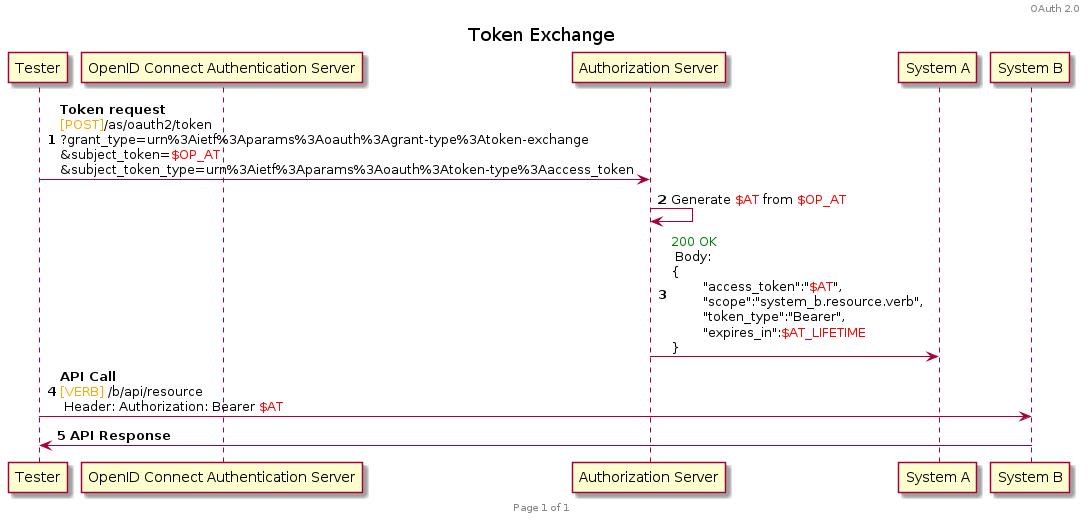
Before: plantuml/oauth2/token_exchange_system_impersonation.png, a diagram exported from PlantUML (HenriLefevrePro/Articles).
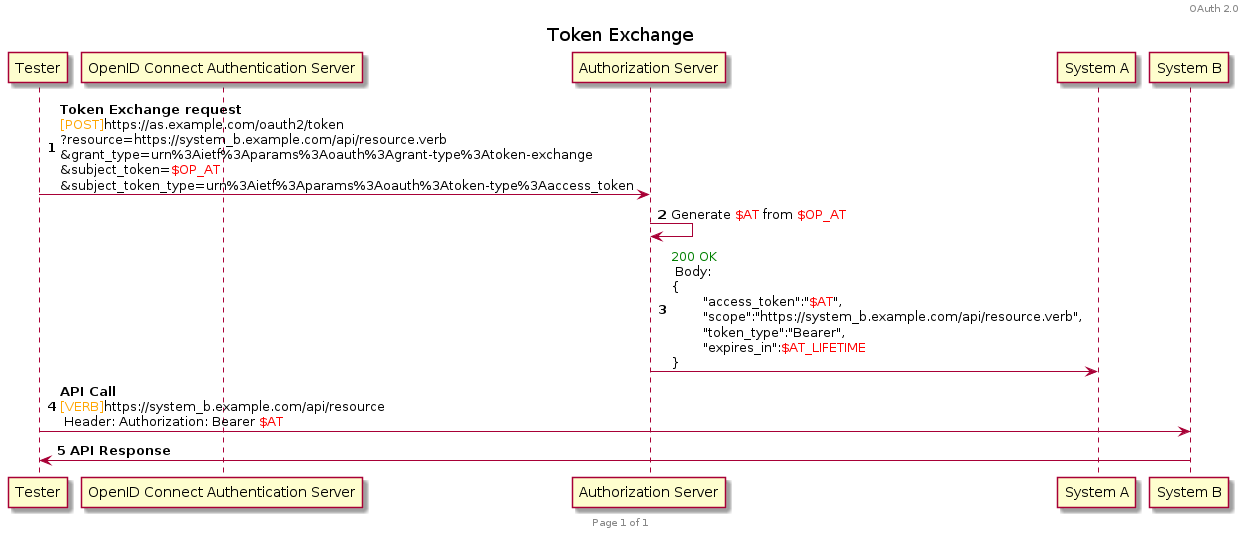
The same file after the commit.

Commit message:
[GitHub Actions] Generate PNG images for PlantUML diagrams

Change to the diagram source:
```diff
@@ -12,10 +12,10 @@
 participant A as "System A"
 participant B as "System B"
 
-T -> Auth : **Token request**\n<font color=orange>[POST]</font>/as/oauth2/token\n?grant_type=urn%3Aietf%3Aparams%3Aoauth%3Agrant-type%3Atoken-exchange\n&subject_token=<font color=red>$OP_AT</font>\n&subject_token_type=urn%3Aietf%3Aparams%3Aoauth%3Atoken-type%3Aaccess_token
+T -> Auth : **Token Exchange request**\n<font color=orange>[POST]</font>https://as.example.com/oauth2/token\n?resource=https://system_b.example.com/api/resource.verb\n&grant_type=urn%3Aietf%3Aparams%3Aoauth%3Agrant-type%3Atoken-exchange\n&subject_token=<font color=red>$OP_AT</font>\n&subject_token_type=urn%3Aietf%3Aparams%3Aoauth%3Atoken-type%3Aaccess_token
 Auth -> Auth : Generate <font color=red>$AT</font> from <font color=red>$OP_AT</font>
-Auth -> A : <font color=green>200 OK</font> \n Body: \n{\n\t"access_token":"<font color=red>$AT</font>",\n\t"scope":"system_b.resource.verb",\n\t"token_type":"Bearer",\n\t"expires_in":<font color=red>$AT_LIFETIME</font>\n}
+Auth -> A : <font color=green>200 OK</font> \n Body: \n{\n\t"access_token":"<font color=red>$AT</font>",\n\t"scope":"https://system_b.example.com/api/resource.verb",\n\t"token_type":"Bearer",\n\t"expires_in":<font color=red>$AT_LIFETIME</font>\n}
 
-T -> B : **API Call** \n<font color=orange>[VERB]</font> /b/api/resource\n Header: Authorization: Bearer <font color=red>$AT</font>
+T -> B : **API Call** \n<font color=orange>[VERB]</font>https://system_b.example.com/api/resource\n Header: Authorization: Bearer <font color=red>$AT</font>
 B -> T : **API Response**
 @enduml
```
